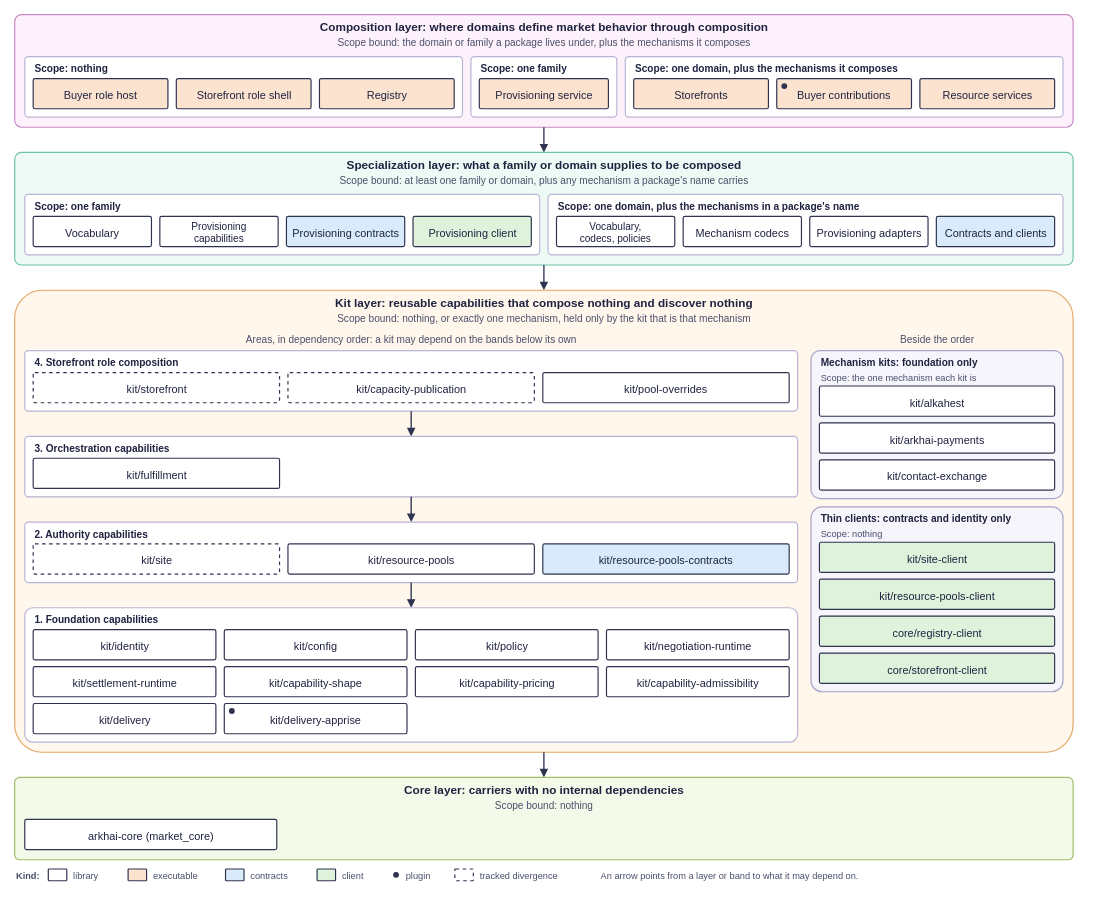
The draw.io diagram docs/development/diagrams/kit-areas.drawio in arkhai-io/simple-compute-market, before the edit. Source tidied: cells renumbered, new cells numbered last; positions are measured from the earlier drawing's top-left corner, leaving out a move shared by most shapes. Both pictures are drawn from the tidied source at 84%, with x=0, y=0 at pixel (14, 14).
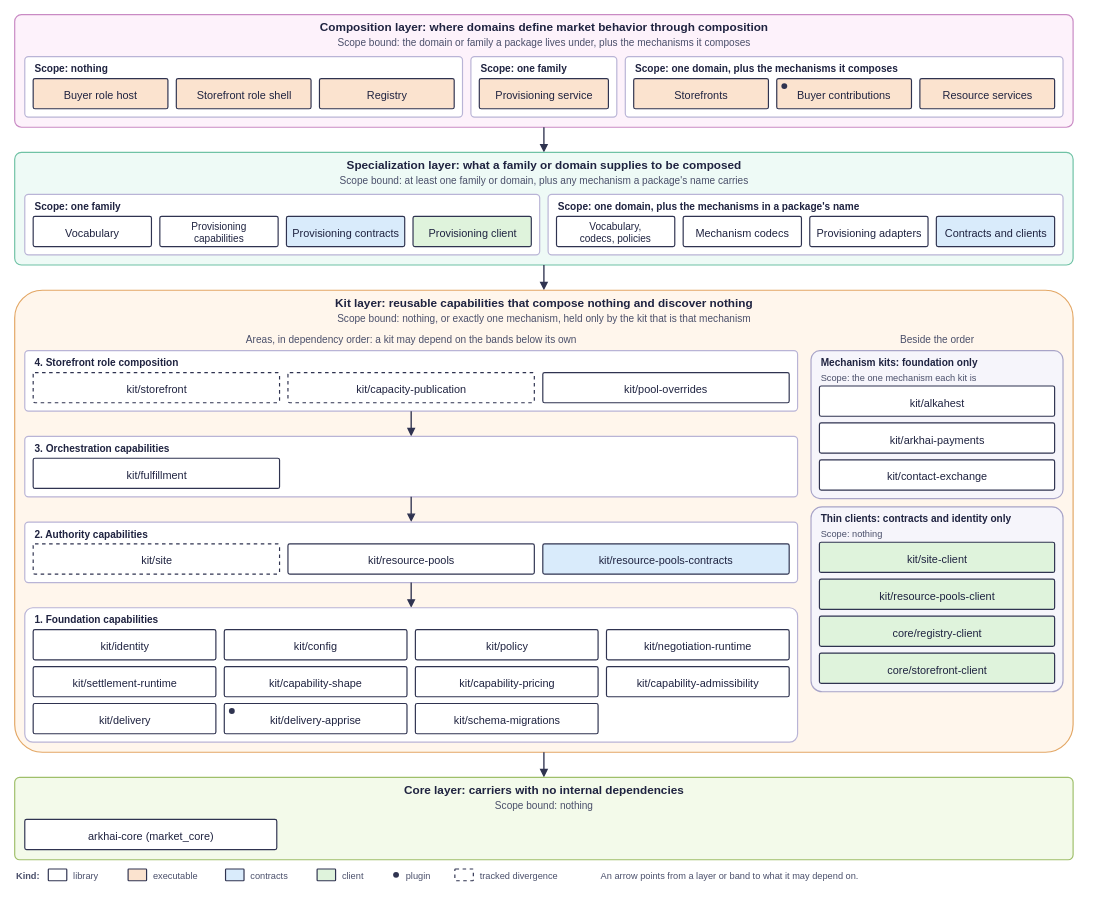
The same page after the edit.

Change to the diagram source:
```diff
@@
+    <mxCell id="144" style="rounded=1;arcSize=6;whiteSpace=wrap;html=1;fillColor=#ffffff;strokeColor=#2f3350;strokeWidth=1.4;dashed=0;" parent="1" vertex="1">
+      <mxGeometry x="477" y="820" width="217.5" height="36" as="geometry" />
+    </mxCell>
+    <mxCell id="145" value="kit/schema-migrations" style="text;html=1;align=center;verticalAlign=middle;whiteSpace=nowrap;fontSize=13;fontColor=#1f2340;fontStyle=0;fontFamily=Helvetica;" parent="1" vertex="1">
+      <mxGeometry x="495.6" y="830" width="180.3" height="19" as="geometry" />
+    </mxCell>
```
